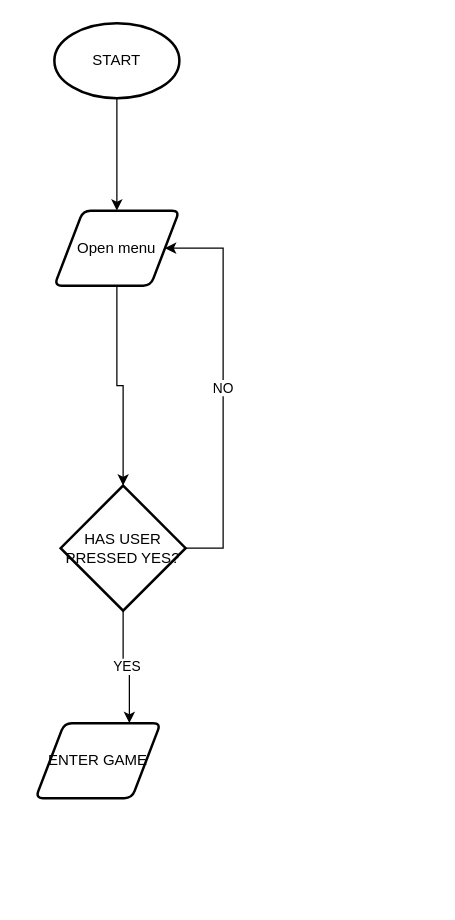
Earlier version of the draw.io diagram menu.drawio (cernoh/cs_alevel). Source tidied: cells renumbered, new cells numbered last; positions are measured from the earlier drawing's top-left corner, leaving out a move shared by most shapes. Both pictures are drawn from the tidied source at 125%, with x=0, y=0 at pixel (35, 22).
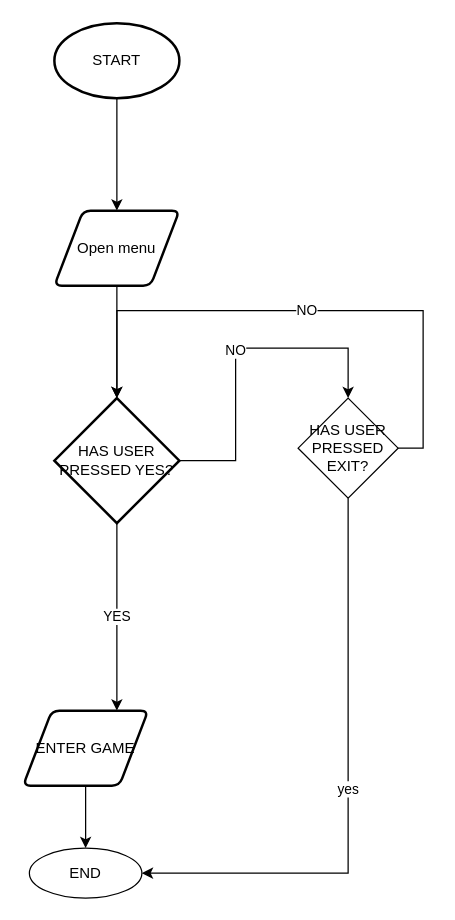
The same diagram, later.

The edit, as a diff of the source:
```diff
@@
 <mxGraphModel>
   <root>
     <mxCell id="0" />
     <mxCell id="1" parent="0" />
     <mxCell id="2" style="edgeStyle=orthogonalEdgeStyle;rounded=0;jettySize=auto;html=1;" parent="1" edge="1" source="3" target="5">
       <mxGeometry relative="1" as="geometry" />
     </mxCell>
     <mxCell id="3" value="START" style="strokeWidth=2;html=1;shape=mxgraph.flowchart.start_1;whiteSpace=wrap;" parent="1" vertex="1">
       <mxGeometry x="15" width="100" height="60" as="geometry" />
     </mxCell>
     <mxCell id="4" style="edgeStyle=orthogonalEdgeStyle;rounded=0;jettySize=auto;html=1;entryX=0.5;entryY=0;entryDx=0;entryDy=0;entryPerimeter=0;" parent="1" edge="1" source="5" target="8">
       <mxGeometry relative="1" as="geometry" />
     </mxCell>
     <mxCell id="5" value="Open menu" style="shape=parallelogram;html=1;strokeWidth=2;perimeter=parallelogramPerimeter;whiteSpace=wrap;rounded=1;arcSize=12;size=0.23;" parent="1" vertex="1">
       <mxGeometry x="15" y="150" width="100" height="60" as="geometry" />
     </mxCell>
-    <mxCell id="6" value="NO" style="edgeStyle=orthogonalEdgeStyle;rounded=0;jettySize=auto;html=1;entryX=1;entryY=0.5;entryDx=0;entryDy=0;" parent="1" edge="1" source="8" target="5">
+    <mxCell id="6" value="NO" style="edgeStyle=orthogonalEdgeStyle;rounded=0;jettySize=auto;html=1;entryX=0.5;entryY=0;entryDx=0;entryDy=0;" parent="1" edge="1" source="8" target="14">
       <mxGeometry relative="1" as="geometry">
         <Array as="points">
-          <mxPoint x="150" y="420" />
-          <mxPoint x="150" y="180" />
+          <mxPoint x="160" y="350" />
+          <mxPoint x="160" y="260" />
+          <mxPoint x="250" y="260" />
         </Array>
       </mxGeometry>
     </mxCell>
     <mxCell id="7" value="YES" style="edgeStyle=orthogonalEdgeStyle;rounded=0;jettySize=auto;html=1;entryX=0.75;entryY=0;entryDx=0;entryDy=0;" parent="1" edge="1" source="8" target="9">
       <mxGeometry relative="1" as="geometry" />
     </mxCell>
     <mxCell id="8" value="HAS USER PRESSED YES?" style="strokeWidth=2;html=1;shape=mxgraph.flowchart.decision;whiteSpace=wrap;" parent="1" vertex="1">
-      <mxGeometry x="20" y="370" width="100" height="100" as="geometry" />
+      <mxGeometry x="15" y="300" width="100" height="100" as="geometry" />
     </mxCell>
+    <mxCell id="10" style="edgeStyle=orthogonalEdgeStyle;rounded=0;jettySize=auto;html=1;" parent="1" edge="1" source="9" target="11">
+      <mxGeometry relative="1" as="geometry" />
+    </mxCell>
     <mxCell id="9" value="ENTER GAME" style="shape=parallelogram;html=1;strokeWidth=2;perimeter=parallelogramPerimeter;whiteSpace=wrap;rounded=1;arcSize=12;size=0.23;" parent="1" vertex="1">
-      <mxGeometry y="560" width="100" height="60" as="geometry" />
+      <mxGeometry x="-10" y="550" width="100" height="60" as="geometry" />
     </mxCell>
+    <mxCell id="11" value="END" style="ellipse;whiteSpace=wrap;html=1;" parent="1" vertex="1">
+      <mxGeometry x="-5" y="660" width="90" height="40" as="geometry" />
+    </mxCell>
+    <mxCell id="12" value="yes" style="edgeStyle=orthogonalEdgeStyle;rounded=0;jettySize=auto;html=1;exitX=0.5;exitY=1;exitDx=0;exitDy=0;entryX=1;entryY=0.5;entryDx=0;entryDy=0;" parent="1" edge="1" source="14" target="11">
+      <mxGeometry relative="1" as="geometry" />
+    </mxCell>
+    <mxCell id="13" value="NO" style="edgeStyle=orthogonalEdgeStyle;rounded=0;jettySize=auto;html=1;exitX=1;exitY=0.5;exitDx=0;exitDy=0;entryX=0.5;entryY=0;entryDx=0;entryDy=0;entryPerimeter=0;" parent="1" edge="1" source="14" target="8">
+      <mxGeometry relative="1" as="geometry">
+        <Array as="points">
+          <mxPoint x="310" y="340" />
+          <mxPoint x="310" y="230" />
+          <mxPoint x="65" y="230" />
+        </Array>
+      </mxGeometry>
+    </mxCell>
+    <mxCell id="14" value="HAS USER PRESSED EXIT?" style="rhombus;whiteSpace=wrap;html=1;" parent="1" vertex="1">
+      <mxGeometry x="210" y="300" width="80" height="80" as="geometry" />
+    </mxCell>
   </root>
 </mxGraphModel>
```
